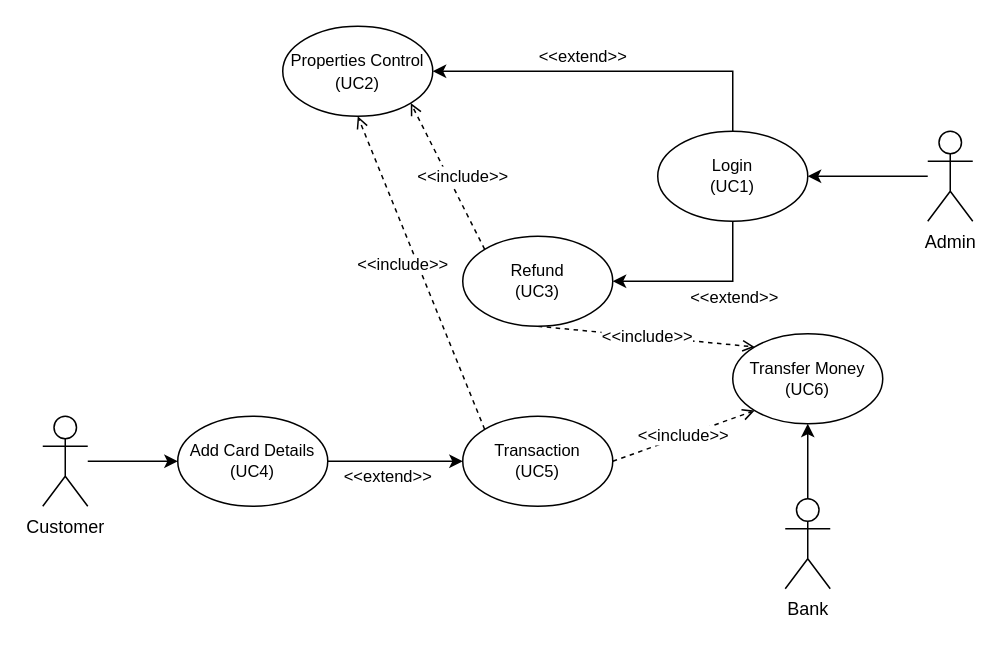
This is ae1/documentation/UML/use-case-v2.drawio from WT000/Bank-Simulator, a draw.io file, before an edit. Source tidied: cells renumbered, new cells numbered last; positions are measured from the earlier drawing's top-left corner, leaving out a move shared by most shapes. Both pictures are drawn from the tidied source at 150%, with x=0, y=0 at pixel (42, 26).
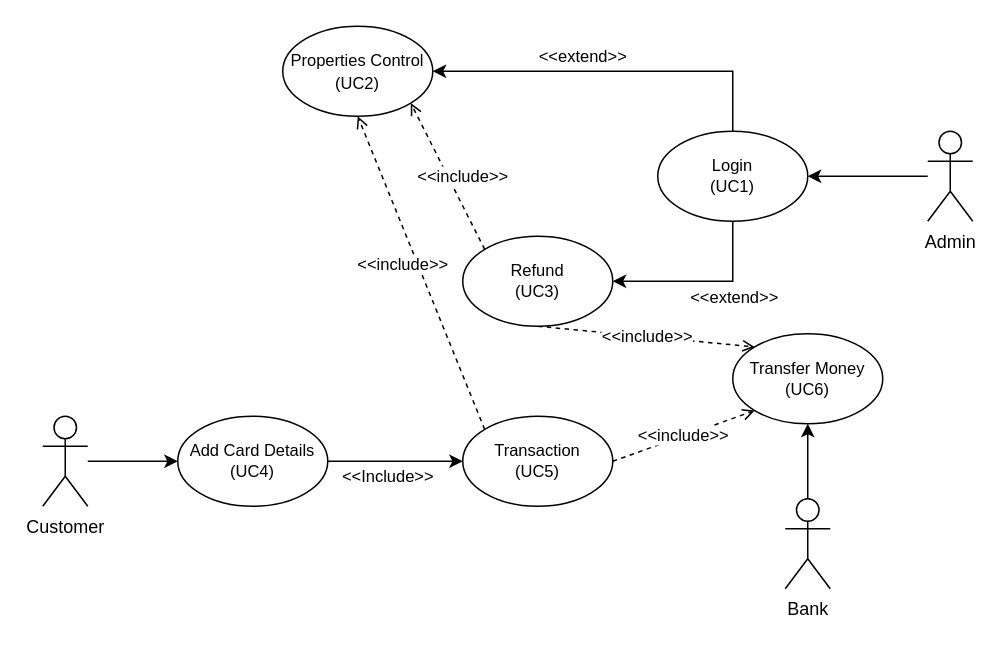
After the change.

Commit message:
change in V2 use case

Unchanged cells that the change refers to:
```xml
<mxCell id="17" value="Add Card Details&lt;br style=&quot;font-size: 11px;&quot;&gt;(UC4)" style="ellipse;whiteSpace=wrap;html=1;fontSize=11;" parent="1" vertex="1">
  <mxGeometry x="90" y="260" width="100" height="60" as="geometry" />
</mxCell>
<mxCell id="20" value="Transaction&lt;br style=&quot;font-size: 11px;&quot;&gt;(UC5)" style="ellipse;whiteSpace=wrap;html=1;fontSize=11;" parent="1" vertex="1">
  <mxGeometry x="280" y="260" width="100" height="60" as="geometry" />
</mxCell>
```

What changed in the source:
```diff
@@
-    <mxCell id="16" value="&amp;lt;&amp;lt;extend&amp;gt;&amp;gt;" style="edgeStyle=orthogonalEdgeStyle;rounded=0;jettySize=auto;html=1;entryX=0;entryY=0.5;entryDx=0;entryDy=0;exitX=1;exitY=0.5;exitDx=0;exitDy=0;" parent="1" edge="1" source="17" target="20">
+    <mxCell id="16" value="&amp;lt;&amp;lt;Include&amp;gt;&amp;gt;" style="edgeStyle=orthogonalEdgeStyle;rounded=0;jettySize=auto;html=1;entryX=0;entryY=0.5;entryDx=0;entryDy=0;exitX=1;exitY=0.5;exitDx=0;exitDy=0;" parent="1" edge="1" source="17" target="20">
       <mxGeometry x="-0.11" y="-10" relative="1" as="geometry" />
     </mxCell>
```
